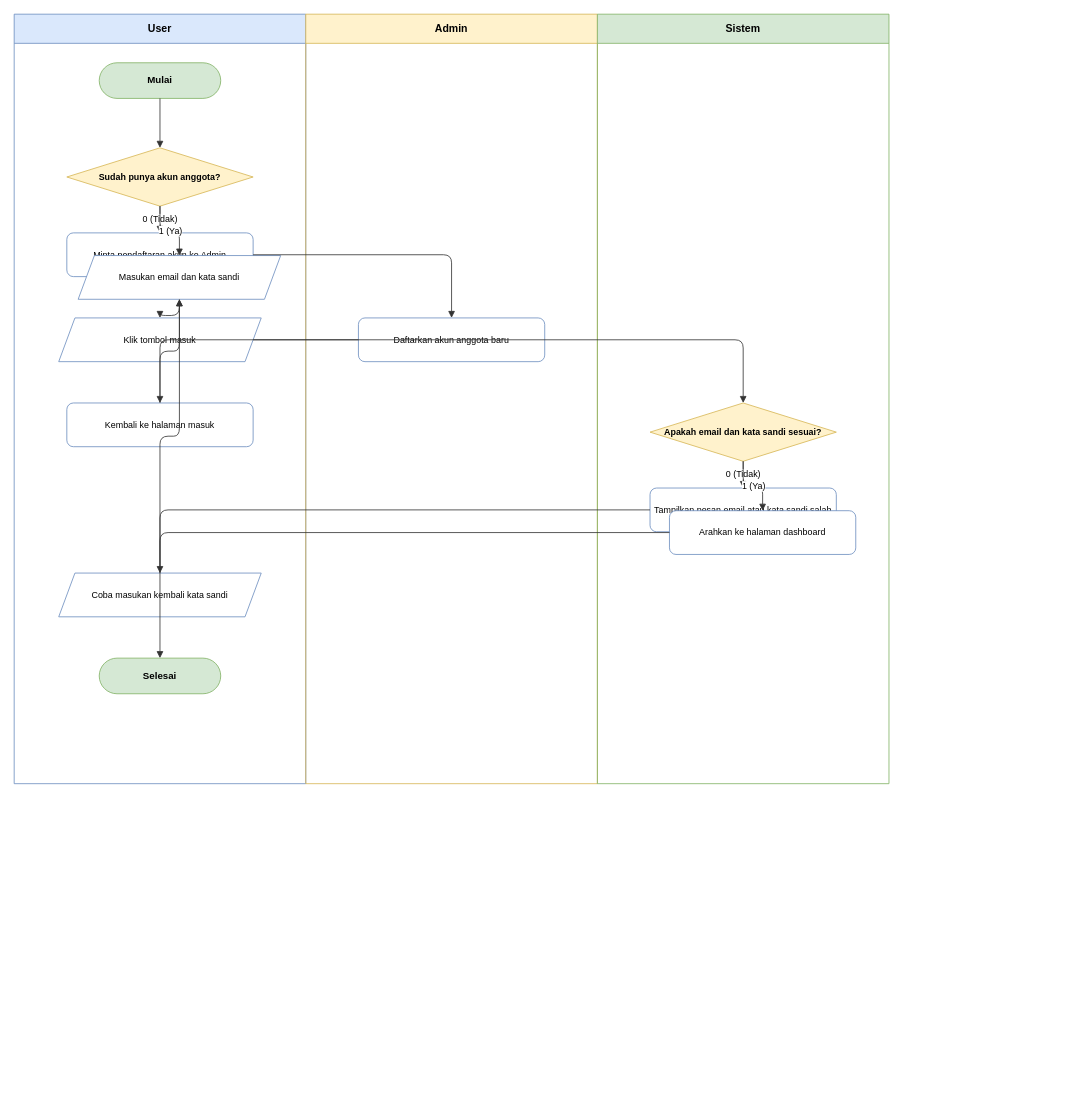
Earlier version of the draw.io diagram docs/diagrams/activity/activity-login.drawio (dimstyle/ruang-baca). Source tidied: cells renumbered, new cells numbered last; positions are measured from the earlier drawing's top-left corner, leaving out a move shared by most shapes. Both pictures are drawn from the tidied source at 81%, with x=0, y=0 at pixel (14, 14).
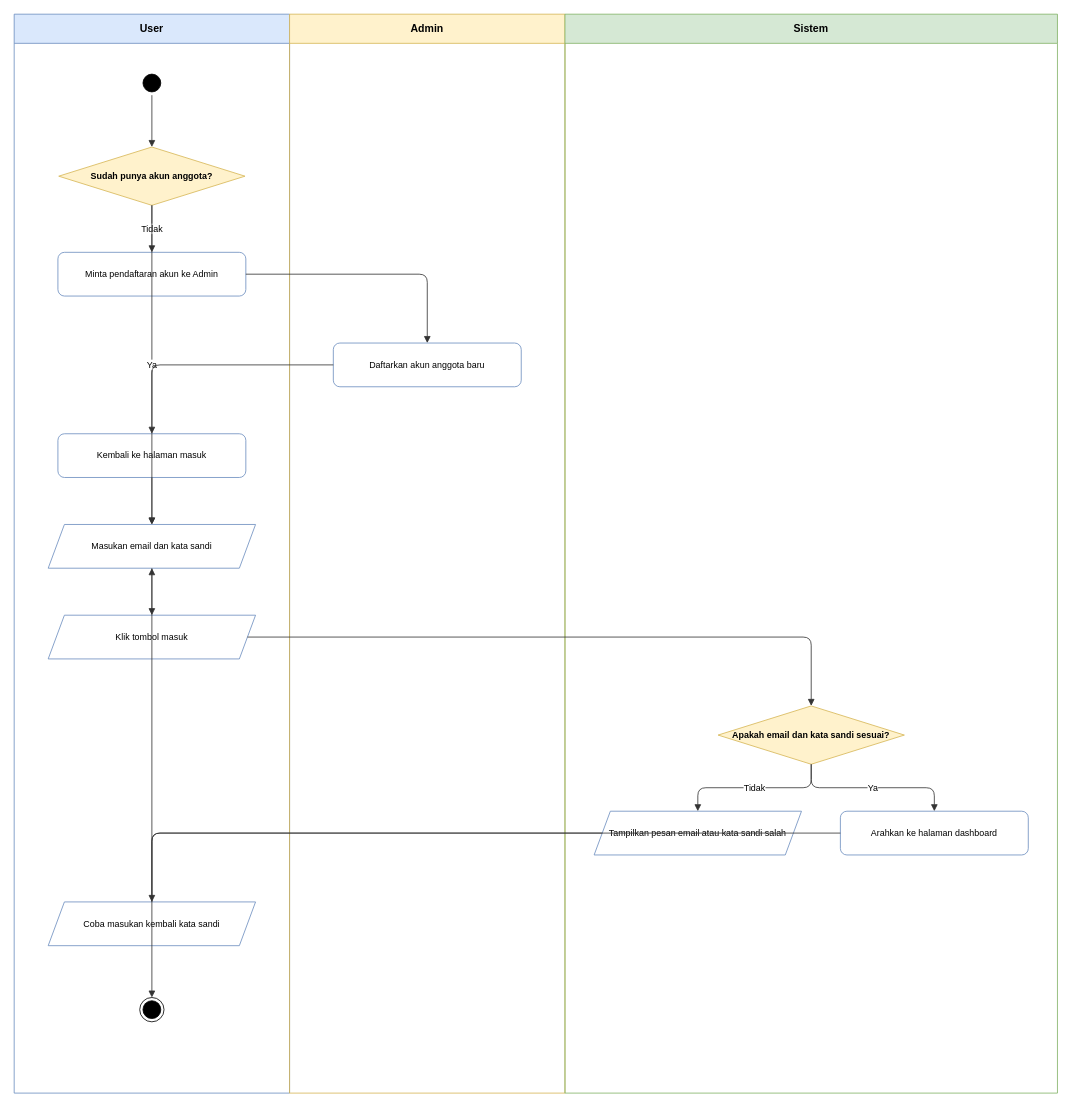
The same page after the edit.

Change to the diagram source:
```diff
@@
     <mxCell id="2" value="User" style="swimlane;whiteSpace=wrap;html=1;startSize=36;fillColor=#dae8fc;strokeColor=#6c8ebf;fontStyle=1;fontSize=13;" parent="1" vertex="1">
-      <mxGeometry width="360" height="950" as="geometry" />
+      <mxGeometry width="340" height="1332" as="geometry" />
     </mxCell>
     <mxCell id="3" value="Admin" style="swimlane;whiteSpace=wrap;html=1;startSize=36;fillColor=#fff2cc;strokeColor=#d6b656;fontStyle=1;fontSize=13;" parent="1" vertex="1">
-      <mxGeometry x="360" width="360" height="950" as="geometry" />
+      <mxGeometry x="340" width="340" height="1332" as="geometry" />
     </mxCell>
     <mxCell id="4" value="Sistem" style="swimlane;whiteSpace=wrap;html=1;startSize=36;fillColor=#d5e8d4;strokeColor=#82b366;fontStyle=1;fontSize=13;" parent="1" vertex="1">
-      <mxGeometry x="720" width="360" height="950" as="geometry" />
+      <mxGeometry x="680" width="608" height="1332" as="geometry" />
     </mxCell>
-    <mxCell id="5" value="Mulai" style="rounded=1;whiteSpace=wrap;html=1;arcSize=50;fillColor=#d5e8d4;strokeColor=#82b366;fontStyle=1;fontSize=12;" parent="2" vertex="1">
-      <mxGeometry x="105" y="60" width="150" height="44" as="geometry" />
+    <mxCell id="5" style="ellipse;html=1;shape=startState;fillColor=#000000;strokeColor=#000000;" parent="2" vertex="1">
+      <mxGeometry x="155" y="70" width="30" height="30" as="geometry" />
     </mxCell>
     <mxCell id="6" value="Sudah punya akun anggota?" style="rhombus;whiteSpace=wrap;html=1;fillColor=#fff2cc;strokeColor=#d6b656;fontStyle=1;fontSize=11;" parent="2" vertex="1">
-      <mxGeometry x="65" y="165" width="230" height="72" as="geometry" />
+      <mxGeometry x="55" y="164" width="230" height="72" as="geometry" />
     </mxCell>
     <mxCell id="7" value="Minta pendaftaran akun ke Admin" style="rounded=1;whiteSpace=wrap;html=1;fillColor=#ffffff;strokeColor=#6c8ebf;fontSize=11;" parent="2" vertex="1">
-      <mxGeometry x="65" y="270" width="230" height="54" as="geometry" />
+      <mxGeometry x="54" y="294" width="232" height="54" as="geometry" />
     </mxCell>
     <mxCell id="8" value="Kembali ke halaman masuk" style="rounded=1;whiteSpace=wrap;html=1;fillColor=#ffffff;strokeColor=#6c8ebf;fontSize=11;" parent="2" vertex="1">
-      <mxGeometry x="65" y="480" width="230" height="54" as="geometry" />
+      <mxGeometry x="54" y="518" width="232" height="54" as="geometry" />
     </mxCell>
     <mxCell id="9" value="Masukan email dan kata sandi" style="shape=parallelogram;perimeter=parallelogramPerimeter;whiteSpace=wrap;html=1;fixedSize=1;fillColor=#ffffff;strokeColor=#6c8ebf;fontSize=11;" parent="2" vertex="1">
-      <mxGeometry x="79" y="298" width="250" height="54" as="geometry" />
+      <mxGeometry x="42" y="630" width="256" height="54" as="geometry" />
     </mxCell>
     <mxCell id="10" value="Klik tombol masuk" style="shape=parallelogram;perimeter=parallelogramPerimeter;whiteSpace=wrap;html=1;fixedSize=1;fillColor=#ffffff;strokeColor=#6c8ebf;fontSize=11;" parent="2" vertex="1">
-      <mxGeometry x="55" y="375" width="250" height="54" as="geometry" />
+      <mxGeometry x="42" y="742" width="256" height="54" as="geometry" />
     </mxCell>
     <mxCell id="11" value="Coba masukan kembali kata sandi" style="shape=parallelogram;perimeter=parallelogramPerimeter;whiteSpace=wrap;html=1;fixedSize=1;fillColor=#ffffff;strokeColor=#6c8ebf;fontSize=11;" parent="2" vertex="1">
-      <mxGeometry x="55" y="690" width="250" height="54" as="geometry" />
+      <mxGeometry x="42" y="1096" width="256" height="54" as="geometry" />
     </mxCell>
-    <mxCell id="12" value="Selesai" style="rounded=1;whiteSpace=wrap;html=1;arcSize=50;fillColor=#d5e8d4;strokeColor=#82b366;fontStyle=1;fontSize=12;" parent="2" vertex="1">
-      <mxGeometry x="105" y="795" width="150" height="44" as="geometry" />
+    <mxCell id="12" style="ellipse;html=1;shape=endState;fillColor=#000000;strokeColor=#000000;" parent="2" vertex="1">
+      <mxGeometry x="155" y="1214" width="30" height="30" as="geometry" />
     </mxCell>
     <mxCell id="13" value="Daftarkan akun anggota baru" style="rounded=1;whiteSpace=wrap;html=1;fillColor=#ffffff;strokeColor=#6c8ebf;fontSize=11;" parent="3" vertex="1">
-      <mxGeometry x="65" y="375" width="230" height="54" as="geometry" />
+      <mxGeometry x="54" y="406" width="232" height="54" as="geometry" />
     </mxCell>
     <mxCell id="14" value="Apakah email dan kata sandi sesuai?" style="rhombus;whiteSpace=wrap;html=1;fillColor=#fff2cc;strokeColor=#d6b656;fontStyle=1;fontSize=11;" parent="4" vertex="1">
-      <mxGeometry x="65" y="480" width="230" height="72" as="geometry" />
+      <mxGeometry x="189" y="854" width="230" height="72" as="geometry" />
     </mxCell>
-    <mxCell id="15" value="Tampilkan pesan email atau kata sandi salah" style="rounded=1;whiteSpace=wrap;html=1;fillColor=#ffffff;strokeColor=#6c8ebf;fontSize=11;" parent="4" vertex="1">
-      <mxGeometry x="65" y="585" width="230" height="54" as="geometry" />
+    <mxCell id="15" value="Tampilkan pesan email atau kata sandi salah" style="shape=parallelogram;perimeter=parallelogramPerimeter;whiteSpace=wrap;html=1;fixedSize=1;fillColor=#ffffff;strokeColor=#6c8ebf;fontSize=11;" parent="4" vertex="1">
+      <mxGeometry x="36" y="984" width="256" height="54" as="geometry" />
     </mxCell>
     <mxCell id="16" value="Arahkan ke halaman dashboard" style="rounded=1;whiteSpace=wrap;html=1;fillColor=#ffffff;strokeColor=#6c8ebf;fontSize=11;" parent="4" vertex="1">
-      <mxGeometry x="89" y="613" width="230" height="54" as="geometry" />
+      <mxGeometry x="340" y="984" width="232" height="54" as="geometry" />
     </mxCell>
@@
-    <mxCell id="18" value="0 (Tidak)" style="edgeStyle=orthogonalEdgeStyle;rounded=1;jettySize=auto;html=1;endArrow=block;endFill=1;strokeColor=#333333;fontSize=11;labelBackgroundColor=#ffffff;" parent="1" edge="1" source="6" target="7">
+    <mxCell id="18" value="Tidak" style="edgeStyle=orthogonalEdgeStyle;rounded=1;jettySize=auto;html=1;endArrow=block;endFill=1;strokeColor=#333333;fontSize=11;labelBackgroundColor=#ffffff;" parent="1" edge="1" source="6" target="7">
       <mxGeometry relative="1" as="geometry" />
     </mxCell>
@@
-    <mxCell id="20" value="1 (Ya)" style="edgeStyle=orthogonalEdgeStyle;rounded=1;jettySize=auto;html=1;endArrow=block;endFill=1;strokeColor=#333333;fontSize=11;labelBackgroundColor=#ffffff;" parent="1" edge="1" source="6" target="9">
+    <mxCell id="20" value="Ya" style="edgeStyle=orthogonalEdgeStyle;rounded=1;jettySize=auto;html=1;endArrow=block;endFill=1;strokeColor=#333333;fontSize=11;labelBackgroundColor=#ffffff;" parent="1" edge="1" source="6" target="9">
       <mxGeometry relative="1" as="geometry" />
     </mxCell>
@@
-    <mxCell id="26" value="0 (Tidak)" style="edgeStyle=orthogonalEdgeStyle;rounded=1;jettySize=auto;html=1;endArrow=block;endFill=1;strokeColor=#333333;fontSize=11;labelBackgroundColor=#ffffff;" parent="1" edge="1" source="14" target="15">
+    <mxCell id="26" value="Tidak" style="edgeStyle=orthogonalEdgeStyle;rounded=1;jettySize=auto;html=1;endArrow=block;endFill=1;strokeColor=#333333;fontSize=11;labelBackgroundColor=#ffffff;" parent="1" edge="1" source="14" target="15">
       <mxGeometry relative="1" as="geometry" />
     </mxCell>
@@
-    <mxCell id="28" value="1 (Ya)" style="edgeStyle=orthogonalEdgeStyle;rounded=1;jettySize=auto;html=1;endArrow=block;endFill=1;strokeColor=#333333;fontSize=11;labelBackgroundColor=#ffffff;" parent="1" edge="1" source="14" target="16">
+    <mxCell id="28" value="Ya" style="edgeStyle=orthogonalEdgeStyle;rounded=1;jettySize=auto;html=1;endArrow=block;endFill=1;strokeColor=#333333;fontSize=11;labelBackgroundColor=#ffffff;" parent="1" edge="1" source="14" target="16">
       <mxGeometry relative="1" as="geometry" />
     </mxCell>
```
